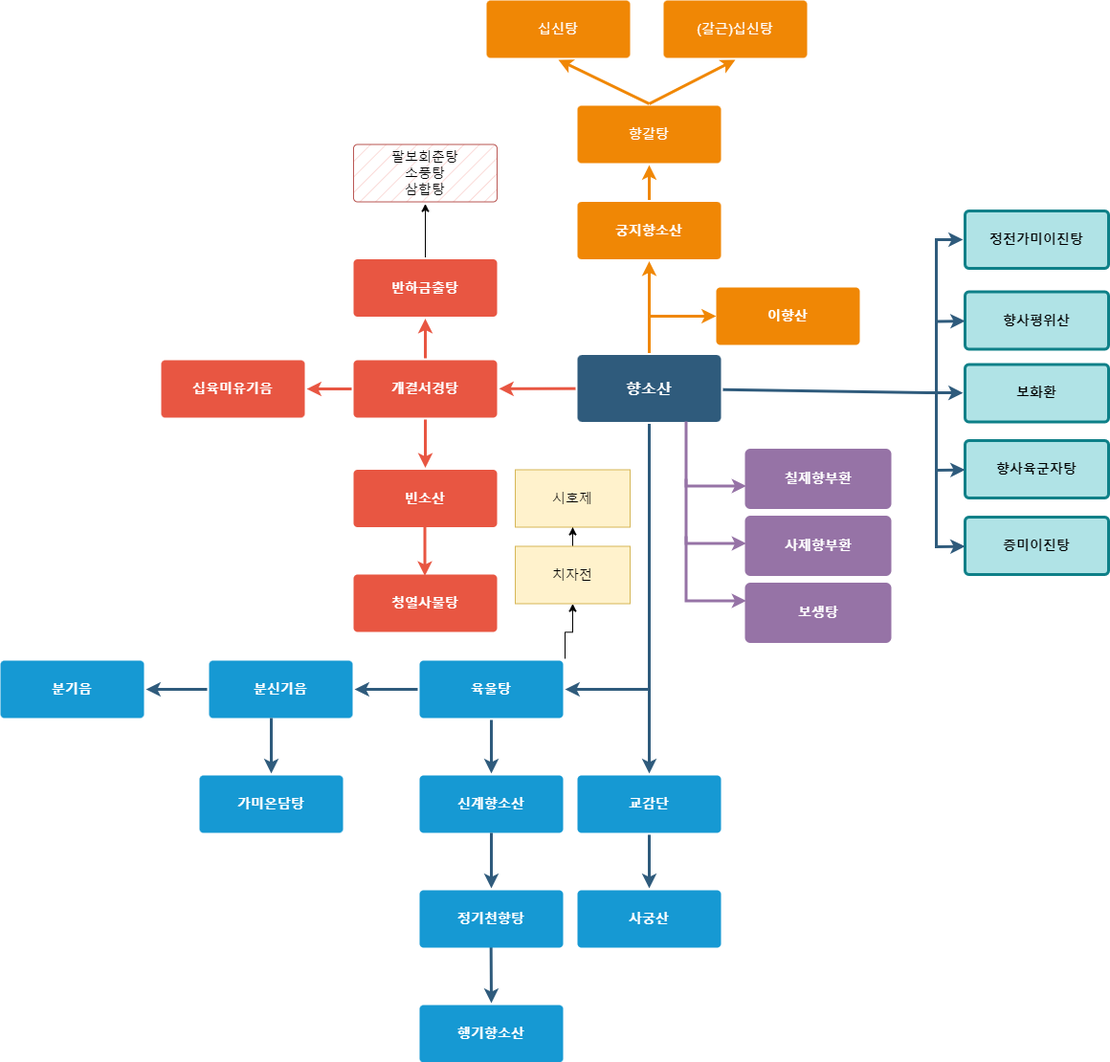
The draw.io diagram 향소산플로우차트.drawio.png in Jinzin71/sparta, before a commit. Source tidied: cells renumbered, new cells last; positions are measured from the earlier drawing's top-left corner, leaving out a move shared by most shapes.
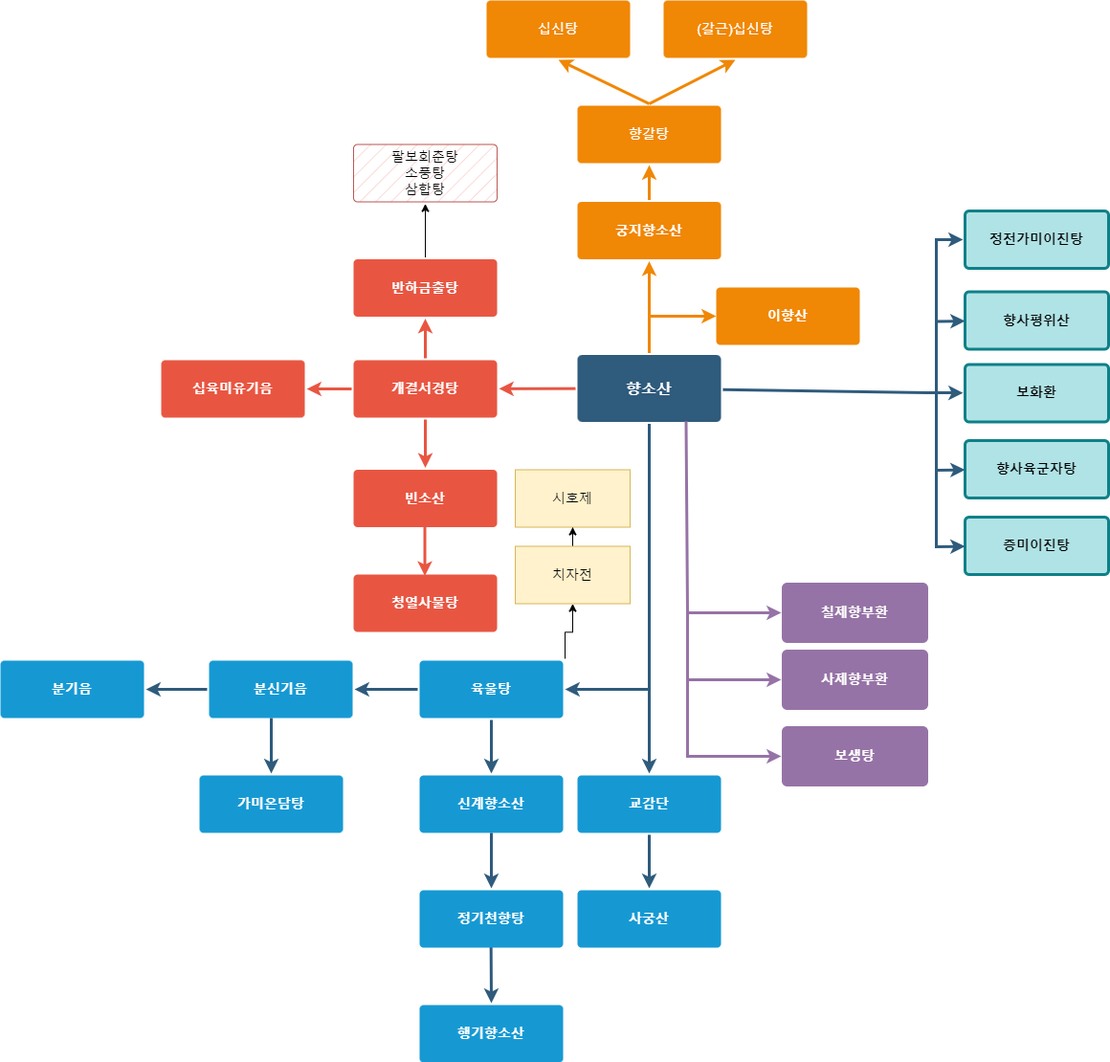
The same file after the commit.

Commit message:
향소산플로우차트.drawio.png 업데이트

The edit, as a diff of the source:
```diff
@@ -102,29 +102,27 @@
     <mxCell id="30" value="빈소산" style="rounded=1;whiteSpace=wrap;html=1;shadow=0;labelBackgroundColor=none;strokeColor=none;strokeWidth=3;fillColor=#E85642;fontFamily=Helvetica;fontSize=14;fontColor=#FFFFFF;align=center;spacing=5;fontStyle=1;arcSize=7;perimeterSpacing=2;" parent="1" vertex="1">
       <mxGeometry x="369" y="490.5" width="150" height="60" as="geometry" />
     </mxCell>
-    <mxCell id="31" style="edgeStyle=none;rounded=0;jumpStyle=none;html=1;shadow=0;labelBackgroundColor=none;startArrow=none;startFill=0;endArrow=classic;endFill=1;jettySize=auto;orthogonalLoop=1;strokeColor=#9673A6;strokeWidth=3;fontFamily=Helvetica;fontSize=16;fontColor=#23445D;spacing=5;exitX=1;exitY=1;exitDx=0;exitDy=0;" parent="1" edge="1">
+    <mxCell id="31" style="edgeStyle=none;rounded=0;jumpStyle=none;html=1;shadow=0;labelBackgroundColor=none;startArrow=none;startFill=0;endArrow=classic;endFill=1;jettySize=auto;strokeColor=#9673A6;strokeWidth=3;fontFamily=Helvetica;fontSize=16;fontColor=#23445D;spacing=5;exitX=1;exitY=1;exitDx=0;exitDy=0;entryX=0;entryY=0.5;entryDx=0;entryDy=0;" parent="1" edge="1" target="32">
       <mxGeometry relative="1" as="geometry">
         <mxPoint x="716.5" y="440" as="sourcePoint" />
-        <mxPoint x="779.5" y="507.5" as="targetPoint" />
         <Array as="points">
-          <mxPoint x="716.5" y="507.5" />
+          <mxPoint x="718" y="640" />
         </Array>
       </mxGeometry>
     </mxCell>
     <mxCell id="32" value="&lt;font color=&quot;#ffffff&quot;&gt;칠제향부환&lt;/font&gt;" style="rounded=1;whiteSpace=wrap;html=1;shadow=0;labelBackgroundColor=none;strokeColor=#9673A6;strokeWidth=3;fillColor=#9673A6;fontFamily=Helvetica;fontSize=14;align=center;spacing=5;fontStyle=1;arcSize=7;perimeterSpacing=2;" parent="1" vertex="1">
-      <mxGeometry x="779.5" y="470" width="150" height="60" as="geometry" />
+      <mxGeometry x="818" y="610" width="150" height="60" as="geometry" />
     </mxCell>
-    <mxCell id="33" style="edgeStyle=none;rounded=0;jumpStyle=none;html=1;shadow=0;labelBackgroundColor=none;startArrow=none;startFill=0;endArrow=classic;endFill=1;jettySize=auto;orthogonalLoop=1;strokeColor=#9673A6;strokeWidth=3;fontFamily=Helvetica;fontSize=16;fontColor=#23445D;spacing=5;exitX=1;exitY=1;exitDx=0;exitDy=0;" parent="1" edge="1">
+    <mxCell id="33" style="edgeStyle=none;rounded=0;jumpStyle=none;html=1;shadow=0;labelBackgroundColor=none;startArrow=none;startFill=0;endArrow=classic;endFill=1;jettySize=auto;strokeColor=#9673A6;strokeWidth=3;fontFamily=Helvetica;fontSize=16;fontColor=#23445D;spacing=5;entryX=0;entryY=0.5;entryDx=0;entryDy=0;" parent="1" edge="1" target="34">
       <mxGeometry relative="1" as="geometry">
-        <mxPoint x="716.5" y="500" as="sourcePoint" />
-        <mxPoint x="779.5" y="567.5" as="targetPoint" />
+        <mxPoint x="718" y="640" as="sourcePoint" />
         <Array as="points">
-          <mxPoint x="716.5" y="567.5" />
+          <mxPoint x="718" y="710" />
         </Array>
       </mxGeometry>
     </mxCell>
     <mxCell id="34" value="&lt;font color=&quot;#ffffff&quot;&gt;사제향부환&lt;/font&gt;" style="rounded=1;whiteSpace=wrap;html=1;shadow=0;labelBackgroundColor=none;strokeColor=#9673a6;strokeWidth=3;fillColor=#9673A6;fontFamily=Helvetica;fontSize=14;align=center;spacing=5;fontStyle=1;arcSize=7;perimeterSpacing=2;" parent="1" vertex="1">
-      <mxGeometry x="779.5" y="540" width="150" height="60" as="geometry" />
+      <mxGeometry x="818" y="680" width="150" height="60" as="geometry" />
     </mxCell>
     <mxCell id="35" style="edgeStyle=none;rounded=0;jumpStyle=none;html=1;shadow=0;labelBackgroundColor=none;startArrow=none;startFill=0;endArrow=classic;endFill=1;jettySize=auto;strokeColor=#2F5B7C;strokeWidth=3;fontFamily=Helvetica;fontSize=14;fontColor=#FFFFFF;spacing=5;fillColor=#0050ef;exitX=0.5;exitY=1;exitDx=0;exitDy=0;entryX=0.5;entryY=0;entryDx=0;entryDy=0;" parent="1" edge="1" source="44" target="45">
       <mxGeometry relative="1" as="geometry" />
@@ -245,17 +243,16 @@
     <mxCell id="61" value="&lt;span style=&quot;font-weight: normal;&quot;&gt;팔보회춘탕&lt;br&gt;소풍탕&lt;br&gt;삼합탕&lt;/span&gt;" style="rounded=1;whiteSpace=wrap;html=1;shadow=0;labelBackgroundColor=none;strokeWidth=1;fontFamily=Helvetica;fontSize=14;align=center;spacing=5;fontStyle=1;arcSize=7;perimeterSpacing=2;fillColor=#f8cecc;strokeColor=#b85450;fillStyle=hatch;" parent="1" vertex="1">
       <mxGeometry x="369" y="150.5" width="150" height="60" as="geometry" />
     </mxCell>
-    <mxCell id="62" style="edgeStyle=none;rounded=0;jumpStyle=none;html=1;shadow=0;labelBackgroundColor=none;startArrow=none;startFill=0;endArrow=classic;endFill=1;jettySize=auto;orthogonalLoop=1;strokeColor=#9673A6;strokeWidth=3;fontFamily=Helvetica;fontSize=16;fontColor=#23445D;spacing=5;exitX=1;exitY=1;exitDx=0;exitDy=0;" parent="1" edge="1">
+    <mxCell id="62" style="edgeStyle=none;rounded=0;jumpStyle=none;html=1;shadow=0;labelBackgroundColor=none;startArrow=none;startFill=0;endArrow=classic;endFill=1;jettySize=auto;strokeColor=#9673A6;strokeWidth=3;fontFamily=Helvetica;fontSize=16;fontColor=#23445D;spacing=5;entryX=0;entryY=0.5;entryDx=0;entryDy=0;" parent="1" edge="1" target="63">
       <mxGeometry relative="1" as="geometry">
-        <mxPoint x="716.5" y="560" as="sourcePoint" />
-        <mxPoint x="779.5" y="627.5" as="targetPoint" />
+        <mxPoint x="718" y="710" as="sourcePoint" />
         <Array as="points">
-          <mxPoint x="716.5" y="627.5" />
+          <mxPoint x="718" y="790" />
         </Array>
       </mxGeometry>
     </mxCell>
     <mxCell id="63" value="&lt;font color=&quot;#ffffff&quot;&gt;보생탕&lt;/font&gt;" style="rounded=1;whiteSpace=wrap;html=1;shadow=0;labelBackgroundColor=none;strokeColor=#9673a6;strokeWidth=3;fillColor=#9673A6;fontFamily=Helvetica;fontSize=14;align=center;spacing=5;fontStyle=1;arcSize=7;perimeterSpacing=2;" parent="1" vertex="1">
-      <mxGeometry x="779.5" y="610" width="150" height="60" as="geometry" />
+      <mxGeometry x="818" y="760" width="150" height="60" as="geometry" />
     </mxCell>
   </root>
 </mxGraphModel>
```
